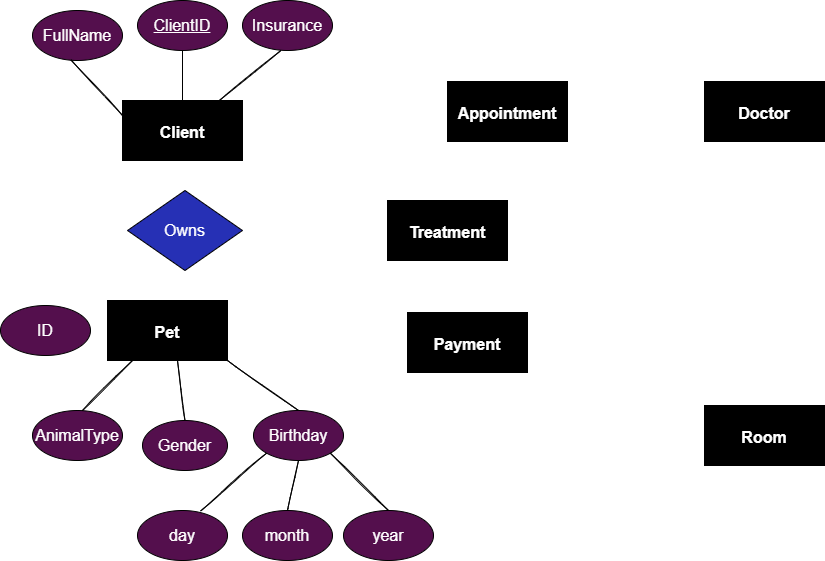
Earlier version of the draw.io export PetClinic.drawio.png (tomztz/SQL-Pet-Clinic). Source tidied: cells renumbered, new cells last; positions are measured from the earlier drawing's top-left corner, leaving out a move shared by most shapes.
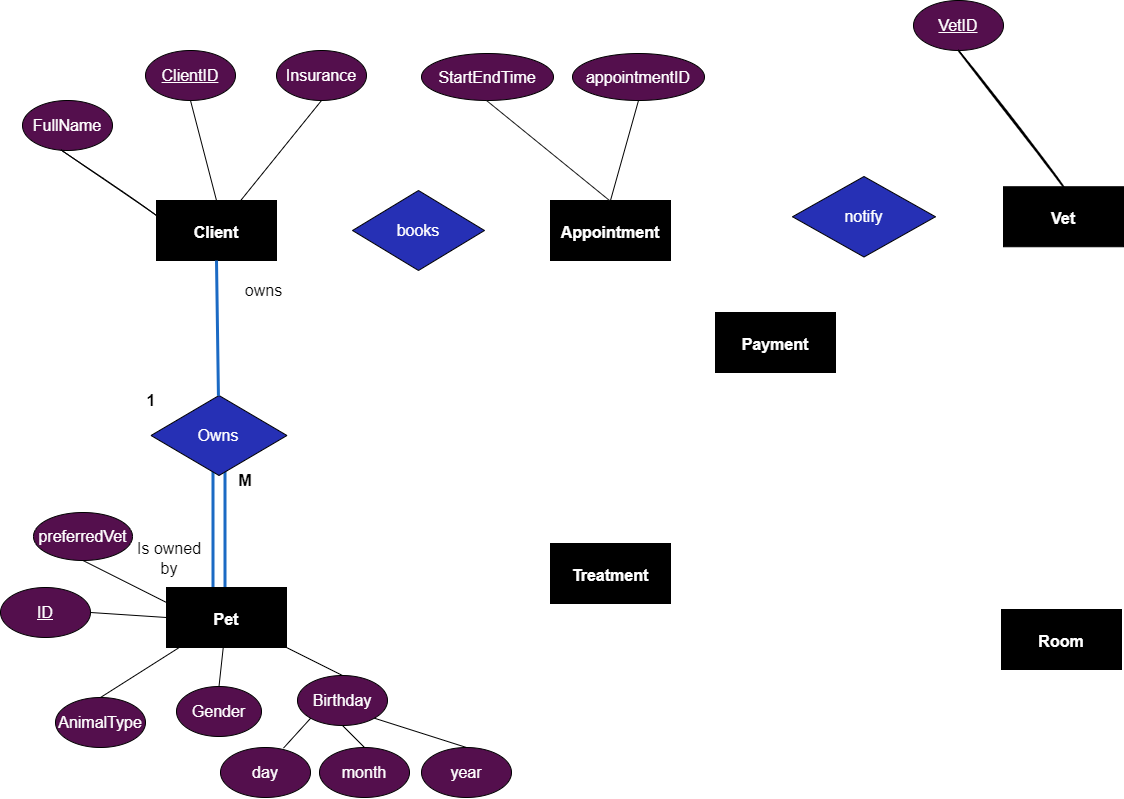
The same file after the commit.

Change to the diagram source:
```diff
@@ -2,32 +2,35 @@
   <root>
     <mxCell id="0" />
     <mxCell id="1" parent="0" />
+    <mxCell id="29" style="shape=partialRectangle;whiteSpace=wrap;html=1;bottom=0;top=0;fillColor=none;fontSize=16;fontColor=#0F0FAB;strokeColor=#1B6AC4;perimeterSpacing=1;labelBorderColor=none;strokeWidth=3;" parent="1" vertex="1">
+      <mxGeometry x="-95.5" y="455" width="12" height="143" as="geometry" />
+    </mxCell>
     <mxCell id="2" value="&lt;h1&gt;&lt;b&gt;&lt;font style=&quot;font-size: 16px&quot;&gt;Appointment&lt;/font&gt;&lt;/b&gt;&lt;/h1&gt;" style="rounded=0;whiteSpace=wrap;html=1;fillColor=#000000;fontColor=#FFFFFF;" parent="1" vertex="1">
-      <mxGeometry x="447" y="81" width="120" height="60" as="geometry" />
+      <mxGeometry x="242" y="200" width="120" height="60" as="geometry" />
     </mxCell>
-    <mxCell id="3" value="&lt;h1&gt;&lt;span style=&quot;font-size: 16px&quot;&gt;Doctor&lt;/span&gt;&lt;/h1&gt;" style="rounded=0;whiteSpace=wrap;html=1;fillColor=#000000;fontColor=#FFFFFF;" parent="1" vertex="1">
-      <mxGeometry x="704" y="81" width="120" height="60" as="geometry" />
+    <mxCell id="3" value="&lt;h1&gt;&lt;span style=&quot;font-size: 16px&quot;&gt;Vet&lt;/span&gt;&lt;/h1&gt;" style="rounded=0;whiteSpace=wrap;html=1;fillColor=#000000;fontColor=#FFFFFF;" parent="1" vertex="1">
+      <mxGeometry x="695" y="186.2" width="120" height="60" as="geometry" />
     </mxCell>
     <mxCell id="4" value="&lt;h1&gt;&lt;b&gt;&lt;font style=&quot;font-size: 16px&quot;&gt;Room&lt;/font&gt;&lt;/b&gt;&lt;/h1&gt;" style="rounded=0;whiteSpace=wrap;html=1;fillColor=#000000;fontColor=#FFFFFF;" parent="1" vertex="1">
-      <mxGeometry x="704" y="405" width="120" height="60" as="geometry" />
+      <mxGeometry x="693" y="609" width="120" height="60" as="geometry" />
     </mxCell>
     <mxCell id="5" value="&lt;h1&gt;&lt;span style=&quot;font-size: 16px&quot;&gt;Pet&lt;/span&gt;&lt;/h1&gt;" style="rounded=0;whiteSpace=wrap;html=1;fillColor=#000000;fontColor=#FFFFFF;" parent="1" vertex="1">
-      <mxGeometry x="107" y="300" width="120" height="60" as="geometry" />
+      <mxGeometry x="-142" y="587" width="120" height="60" as="geometry" />
     </mxCell>
     <mxCell id="6" value="&lt;h1&gt;&lt;span style=&quot;font-size: 16px&quot;&gt;Client&lt;/span&gt;&lt;/h1&gt;" style="rounded=0;whiteSpace=wrap;html=1;fillColor=#000000;fontColor=#FFFFFF;" parent="1" vertex="1">
-      <mxGeometry x="122" y="100" width="120" height="60" as="geometry" />
+      <mxGeometry x="-152" y="200" width="120" height="60" as="geometry" />
     </mxCell>
     <mxCell id="7" value="&lt;h1&gt;&lt;span style=&quot;font-size: 16px&quot;&gt;Treatment&lt;/span&gt;&lt;/h1&gt;" style="rounded=0;whiteSpace=wrap;html=1;fillColor=#000000;fontColor=#FFFFFF;" parent="1" vertex="1">
-      <mxGeometry x="387" y="200" width="120" height="60" as="geometry" />
+      <mxGeometry x="242" y="543" width="120" height="60" as="geometry" />
     </mxCell>
     <mxCell id="8" value="&lt;h1&gt;&lt;span style=&quot;font-size: 16px&quot;&gt;Payment&lt;/span&gt;&lt;/h1&gt;" style="rounded=0;whiteSpace=wrap;html=1;fillColor=#000000;fontColor=#FFFFFF;" parent="1" vertex="1">
       <mxGeometry x="407" y="312" width="120" height="60" as="geometry" />
     </mxCell>
     <mxCell id="9" value="FullName" style="ellipse;whiteSpace=wrap;html=1;fontSize=16;fontColor=#FFFFFF;fillColor=#540F4D;" parent="1" vertex="1">
-      <mxGeometry x="32" y="10" width="90" height="50" as="geometry" />
+      <mxGeometry x="-286" y="100" width="90" height="50" as="geometry" />
     </mxCell>
     <mxCell id="10" value="&lt;u&gt;ClientID&lt;/u&gt;" style="ellipse;whiteSpace=wrap;html=1;fontSize=16;fontColor=#FFFFFF;fillColor=#540F4D;" parent="1" vertex="1">
-      <mxGeometry x="137" width="90" height="50" as="geometry" />
+      <mxGeometry x="-163" y="50" width="90" height="50" as="geometry" />
     </mxCell>
     <mxCell id="11" style="endArrow=none;html=1;rounded=0;fontSize=16;fontColor=#FFFFFF;entryX=0.5;entryY=1;entryDx=0;entryDy=0;exitX=0.5;exitY=0;exitDx=0;exitDy=0;" parent="1" edge="1" source="6" target="10">
       <mxGeometry relative="1" as="geometry" />
@@ -36,59 +39,103 @@
       <mxGeometry relative="1" as="geometry" />
     </mxCell>
     <mxCell id="13" value="Insurance" style="ellipse;whiteSpace=wrap;html=1;fontSize=16;fontColor=#FFFFFF;fillColor=#540F4D;" parent="1" vertex="1">
-      <mxGeometry x="242" width="90" height="50" as="geometry" />
+      <mxGeometry x="-32" y="50" width="90" height="50" as="geometry" />
     </mxCell>
-    <mxCell id="14" style="endArrow=none;html=1;fontSize=16;fontColor=#FFFFFF;entryX=0.427;entryY=0.988;entryDx=0;entryDy=0;entryPerimeter=0;rounded=0;jumpSize=6;endSize=10;sketch=1;" parent="1" edge="1" source="6">
-      <mxGeometry relative="1" as="geometry">
-        <mxPoint x="280.4" y="50" as="targetPoint" />
-      </mxGeometry>
+    <mxCell id="14" style="endArrow=none;html=1;fontSize=16;fontColor=#FFFFFF;entryX=0.5;entryY=1;entryDx=0;entryDy=0;rounded=0;jumpSize=6;endSize=6;sketch=0;" parent="1" edge="1" source="6" target="13">
+      <mxGeometry relative="1" as="geometry" />
     </mxCell>
     <mxCell id="15" value="AnimalType" style="ellipse;whiteSpace=wrap;html=1;fontSize=16;fontColor=#FFFFFF;fillColor=#540F4D;" parent="1" vertex="1">
-      <mxGeometry x="32" y="410" width="90" height="50" as="geometry" />
+      <mxGeometry x="-253" y="697" width="90" height="50" as="geometry" />
     </mxCell>
-    <mxCell id="16" style="endArrow=none;html=1;rounded=0;sketch=1;fontSize=16;fontColor=#FFFFFF;endSize=10;jumpSize=6;" parent="1" edge="1">
-      <mxGeometry relative="1" as="geometry">
-        <mxPoint x="82" y="410" as="sourcePoint" />
-        <mxPoint x="132" y="360" as="targetPoint" />
-      </mxGeometry>
+    <mxCell id="16" style="endArrow=none;html=1;rounded=0;sketch=0;fontSize=16;fontColor=#FFFFFF;endSize=10;jumpSize=6;exitX=0.5;exitY=0;exitDx=0;exitDy=0;" parent="1" edge="1" source="15" target="5">
+      <mxGeometry relative="1" as="geometry" />
     </mxCell>
     <mxCell id="17" value="Gender" style="ellipse;whiteSpace=wrap;html=1;fontSize=16;fontColor=#FFFFFF;fillColor=#540F4D;" parent="1" vertex="1">
-      <mxGeometry x="142" y="420" width="85" height="50" as="geometry" />
+      <mxGeometry x="-132" y="686" width="85" height="50" as="geometry" />
     </mxCell>
     <mxCell id="18" value="Owns" style="rhombus;whiteSpace=wrap;html=1;fontSize=16;fontColor=#FFFFFF;fillColor=#2630B5;" parent="1" vertex="1">
-      <mxGeometry x="127" y="190" width="115" height="80" as="geometry" />
+      <mxGeometry x="-157.5" y="395" width="136" height="80" as="geometry" />
     </mxCell>
-    <mxCell id="19" style="endArrow=none;html=1;rounded=0;sketch=1;fontSize=16;fontColor=#FFFFFF;endSize=10;jumpSize=6;exitX=0.5;exitY=0;exitDx=0;exitDy=0;" parent="1" edge="1" source="17">
-      <mxGeometry relative="1" as="geometry">
-        <mxPoint x="177" y="360" as="targetPoint" />
-      </mxGeometry>
+    <mxCell id="19" style="endArrow=none;html=1;rounded=0;sketch=0;fontSize=16;fontColor=#FFFFFF;endSize=10;jumpSize=6;exitX=0.5;exitY=0;exitDx=0;exitDy=0;" parent="1" edge="1" source="17" target="5">
+      <mxGeometry relative="1" as="geometry" />
     </mxCell>
     <mxCell id="20" value="Birthday" style="ellipse;whiteSpace=wrap;html=1;fontSize=16;fontColor=#FFFFFF;fillColor=#540F4D;" parent="1" vertex="1">
-      <mxGeometry x="253" y="410" width="90" height="50" as="geometry" />
+      <mxGeometry x="-11" y="675" width="90" height="50" as="geometry" />
     </mxCell>
     <mxCell id="21" value="day" style="ellipse;whiteSpace=wrap;html=1;fontSize=16;fontColor=#FFFFFF;fillColor=#540F4D;" parent="1" vertex="1">
-      <mxGeometry x="137" y="510" width="90" height="50" as="geometry" />
+      <mxGeometry x="-88" y="747" width="90" height="50" as="geometry" />
     </mxCell>
     <mxCell id="22" value="month" style="ellipse;whiteSpace=wrap;html=1;fontSize=16;fontColor=#FFFFFF;fillColor=#540F4D;" parent="1" vertex="1">
-      <mxGeometry x="242" y="510" width="90" height="50" as="geometry" />
+      <mxGeometry x="11" y="747" width="90" height="50" as="geometry" />
     </mxCell>
     <mxCell id="23" value="year" style="ellipse;whiteSpace=wrap;html=1;fontSize=16;fontColor=#FFFFFF;fillColor=#540F4D;" parent="1" vertex="1">
-      <mxGeometry x="343" y="510" width="90" height="50" as="geometry" />
+      <mxGeometry x="113" y="747" width="90" height="50" as="geometry" />
     </mxCell>
-    <mxCell id="24" style="endArrow=none;html=1;rounded=0;sketch=1;fontSize=16;fontColor=#FFFFFF;endSize=10;jumpSize=6;exitX=1;exitY=1;exitDx=0;exitDy=0;entryX=0.5;entryY=0;entryDx=0;entryDy=0;" parent="1" edge="1" source="5" target="20">
+    <mxCell id="24" style="endArrow=none;html=1;rounded=0;sketch=0;fontSize=16;fontColor=#FFFFFF;endSize=10;jumpSize=6;exitX=1;exitY=1;exitDx=0;exitDy=0;entryX=0.5;entryY=0;entryDx=0;entryDy=0;" parent="1" edge="1" source="5" target="20">
       <mxGeometry relative="1" as="geometry" />
     </mxCell>
-    <mxCell id="25" style="endArrow=none;html=1;rounded=0;sketch=1;fontSize=16;fontColor=#FFFFFF;endSize=10;jumpSize=6;exitX=0.7;exitY=0.012;exitDx=0;exitDy=0;exitPerimeter=0;entryX=0;entryY=1;entryDx=0;entryDy=0;" parent="1" edge="1" source="21" target="20">
+    <mxCell id="25" style="endArrow=none;html=1;rounded=0;sketch=0;fontSize=16;fontColor=#FFFFFF;endSize=10;jumpSize=6;exitX=0.7;exitY=0.012;exitDx=0;exitDy=0;exitPerimeter=0;entryX=0;entryY=1;entryDx=0;entryDy=0;" parent="1" edge="1" source="21" target="20">
       <mxGeometry relative="1" as="geometry" />
     </mxCell>
-    <mxCell id="26" style="endArrow=none;html=1;rounded=0;sketch=1;fontSize=16;fontColor=#FFFFFF;endSize=10;jumpSize=6;exitX=0.5;exitY=0;exitDx=0;exitDy=0;entryX=0.5;entryY=1;entryDx=0;entryDy=0;" parent="1" edge="1" source="22" target="20">
+    <mxCell id="26" style="endArrow=none;html=1;rounded=0;sketch=0;fontSize=16;fontColor=#FFFFFF;endSize=10;jumpSize=6;exitX=0.5;exitY=0;exitDx=0;exitDy=0;entryX=0.5;entryY=1;entryDx=0;entryDy=0;" parent="1" edge="1" source="22" target="20">
       <mxGeometry relative="1" as="geometry" />
     </mxCell>
-    <mxCell id="27" style="endArrow=none;html=1;rounded=0;sketch=1;fontSize=16;fontColor=#FFFFFF;endSize=10;jumpSize=6;entryX=1;entryY=1;entryDx=0;entryDy=0;exitX=0.5;exitY=0;exitDx=0;exitDy=0;" parent="1" edge="1" source="23" target="20">
+    <mxCell id="27" style="endArrow=none;html=1;rounded=0;sketch=0;fontSize=16;fontColor=#FFFFFF;endSize=10;jumpSize=6;entryX=1;entryY=1;entryDx=0;entryDy=0;exitX=0.5;exitY=0;exitDx=0;exitDy=0;" parent="1" edge="1" source="23" target="20">
       <mxGeometry relative="1" as="geometry" />
     </mxCell>
-    <mxCell id="28" value="ID" style="ellipse;whiteSpace=wrap;html=1;fontSize=16;fontColor=#FFFFFF;fillColor=#540F4D;direction=west;" parent="1" vertex="1">
-      <mxGeometry y="305" width="90" height="50" as="geometry" />
+    <mxCell id="28" value="&lt;u&gt;ID&lt;/u&gt;" style="ellipse;whiteSpace=wrap;html=1;fontSize=16;fontColor=#FFFFFF;fillColor=#540F4D;direction=west;" parent="1" vertex="1">
+      <mxGeometry x="-308" y="587" width="90" height="50" as="geometry" />
     </mxCell>
+    <mxCell id="30" style="endArrow=none;html=1;rounded=0;sketch=0;fontSize=16;fontColor=#FFFFFF;endSize=10;jumpSize=6;entryX=0;entryY=0.5;entryDx=0;entryDy=0;exitX=0;exitY=0.5;exitDx=0;exitDy=0;" parent="1" edge="1" source="28" target="5">
+      <mxGeometry relative="1" as="geometry" />
+    </mxCell>
+    <mxCell id="31" value="preferredVet" style="ellipse;whiteSpace=wrap;html=1;fontSize=16;fontColor=#FFFFFF;fillColor=#540F4D;" parent="1" vertex="1">
+      <mxGeometry x="-275" y="512" width="99" height="48" as="geometry" />
+    </mxCell>
+    <mxCell id="32" style="endArrow=none;html=1;rounded=0;sketch=0;fontSize=16;fontColor=#FFFFFF;endSize=10;jumpSize=6;exitX=0;exitY=0.25;exitDx=0;exitDy=0;entryX=0.5;entryY=1;entryDx=0;entryDy=0;" parent="1" edge="1" source="5" target="31">
+      <mxGeometry relative="1" as="geometry" />
+    </mxCell>
+    <mxCell id="33" value="&lt;font color=&quot;#000000&quot;&gt;owns&lt;/font&gt;" style="text;html=1;strokeColor=none;fillColor=none;align=center;verticalAlign=middle;whiteSpace=wrap;rounded=0;fontSize=16;fontColor=#1271DE;" parent="1" vertex="1">
+      <mxGeometry x="-73" y="268" width="57" height="44" as="geometry" />
+    </mxCell>
+    <mxCell id="34" value="&lt;font color=&quot;#000000&quot;&gt;Is owned by&lt;/font&gt;" style="text;html=1;strokeColor=none;fillColor=none;align=center;verticalAlign=middle;whiteSpace=wrap;rounded=0;fontSize=16;fontColor=#1271DE;" parent="1" vertex="1">
+      <mxGeometry x="-176" y="543" width="74" height="30" as="geometry" />
+    </mxCell>
+    <mxCell id="35" value="&lt;b&gt;&lt;font color=&quot;#000000&quot;&gt;1&lt;/font&gt;&lt;/b&gt;" style="text;html=1;strokeColor=none;fillColor=none;align=center;verticalAlign=middle;whiteSpace=wrap;rounded=0;labelBorderColor=none;fontSize=16;fontColor=#0F0FAB;" parent="1" vertex="1">
+      <mxGeometry x="-187" y="385" width="60" height="30" as="geometry" />
+    </mxCell>
+    <mxCell id="36" value="&lt;b&gt;&lt;font color=&quot;#000000&quot;&gt;M&lt;/font&gt;&lt;/b&gt;" style="text;html=1;strokeColor=none;fillColor=none;align=center;verticalAlign=middle;whiteSpace=wrap;rounded=0;labelBorderColor=none;fontSize=16;fontColor=#0F0FAB;" parent="1" vertex="1">
+      <mxGeometry x="-102" y="465" width="78" height="30" as="geometry" />
+    </mxCell>
+    <mxCell id="37" value="&lt;u&gt;VetID&lt;/u&gt;" style="ellipse;whiteSpace=wrap;html=1;fontSize=16;fontColor=#FFFFFF;fillColor=#540F4D;" parent="1" vertex="1">
+      <mxGeometry x="605" width="90" height="50" as="geometry" />
+    </mxCell>
+    <mxCell id="38" style="endArrow=none;html=1;rounded=0;sketch=1;fontSize=16;fontColor=#000000;startSize=17;endSize=27;sourcePerimeterSpacing=0;targetPerimeterSpacing=0;strokeWidth=2;jumpSize=6;entryX=0.5;entryY=1;entryDx=0;entryDy=0;exitX=0.5;exitY=0;exitDx=0;exitDy=0;" parent="1" edge="1" source="3" target="37">
+      <mxGeometry relative="1" as="geometry" />
+    </mxCell>
+    <mxCell id="39" value="notify" style="rhombus;whiteSpace=wrap;html=1;fontSize=16;fontColor=#FFFFFF;fillColor=#2630B5;" parent="1" vertex="1">
+      <mxGeometry x="484" y="176" width="143" height="80.5" as="geometry" />
+    </mxCell>
+    <mxCell id="40" value="books" style="rhombus;whiteSpace=wrap;html=1;fontSize=16;fontColor=#FFFFFF;fillColor=#2630B5;" parent="1" vertex="1">
+      <mxGeometry x="44" y="190" width="132" height="80" as="geometry" />
+    </mxCell>
+    <mxCell id="41" value="StartEndTime" style="ellipse;whiteSpace=wrap;html=1;fontSize=16;fontColor=#FFFFFF;fillColor=#540F4D;" parent="1" vertex="1">
+      <mxGeometry x="113" y="53" width="132" height="47" as="geometry" />
+    </mxCell>
+    <mxCell id="42" style="endArrow=none;html=1;rounded=0;sketch=0;fontSize=16;fontColor=#000000;startSize=6;endSize=6;sourcePerimeterSpacing=0;targetPerimeterSpacing=0;strokeWidth=1;jumpSize=6;exitX=0.5;exitY=0;exitDx=0;exitDy=0;entryX=0.5;entryY=1;entryDx=0;entryDy=0;strokeColor=#1A1A1A;" parent="1" edge="1">
+      <mxGeometry relative="1" as="geometry">
+        <mxPoint x="301" y="200" as="sourcePoint" />
+        <mxPoint x="178" y="100" as="targetPoint" />
+      </mxGeometry>
+    </mxCell>
+    <mxCell id="43" value="appointmentID" style="ellipse;whiteSpace=wrap;html=1;fontSize=16;fontColor=#FFFFFF;fillColor=#540F4D;" parent="1" vertex="1">
+      <mxGeometry x="264" y="53" width="132" height="47" as="geometry" />
+    </mxCell>
+    <mxCell id="44" style="endArrow=none;html=1;rounded=0;sketch=0;fontSize=16;fontColor=#000000;startSize=6;endSize=6;sourcePerimeterSpacing=0;targetPerimeterSpacing=0;strokeWidth=1;jumpSize=6;exitX=0.5;exitY=0;exitDx=0;exitDy=0;entryX=0.5;entryY=1;entryDx=0;entryDy=0;" parent="1" edge="1" source="2" target="43">
+      <mxGeometry relative="1" as="geometry" />
+    </mxCell>
+    <mxCell id="45" style="endArrow=none;html=1;rounded=0;sketch=0;fontSize=16;fontColor=#000000;startSize=6;endSize=6;sourcePerimeterSpacing=0;targetPerimeterSpacing=0;strokeColor=#1B6AC4;strokeWidth=3;jumpSize=6;entryX=0.5;entryY=1;entryDx=0;entryDy=0;fillColor=#0050ef;shadow=0;" parent="1" edge="1" source="18" target="6">
+      <mxGeometry relative="1" as="geometry" />
+    </mxCell>
   </root>
 </mxGraphModel>
```
